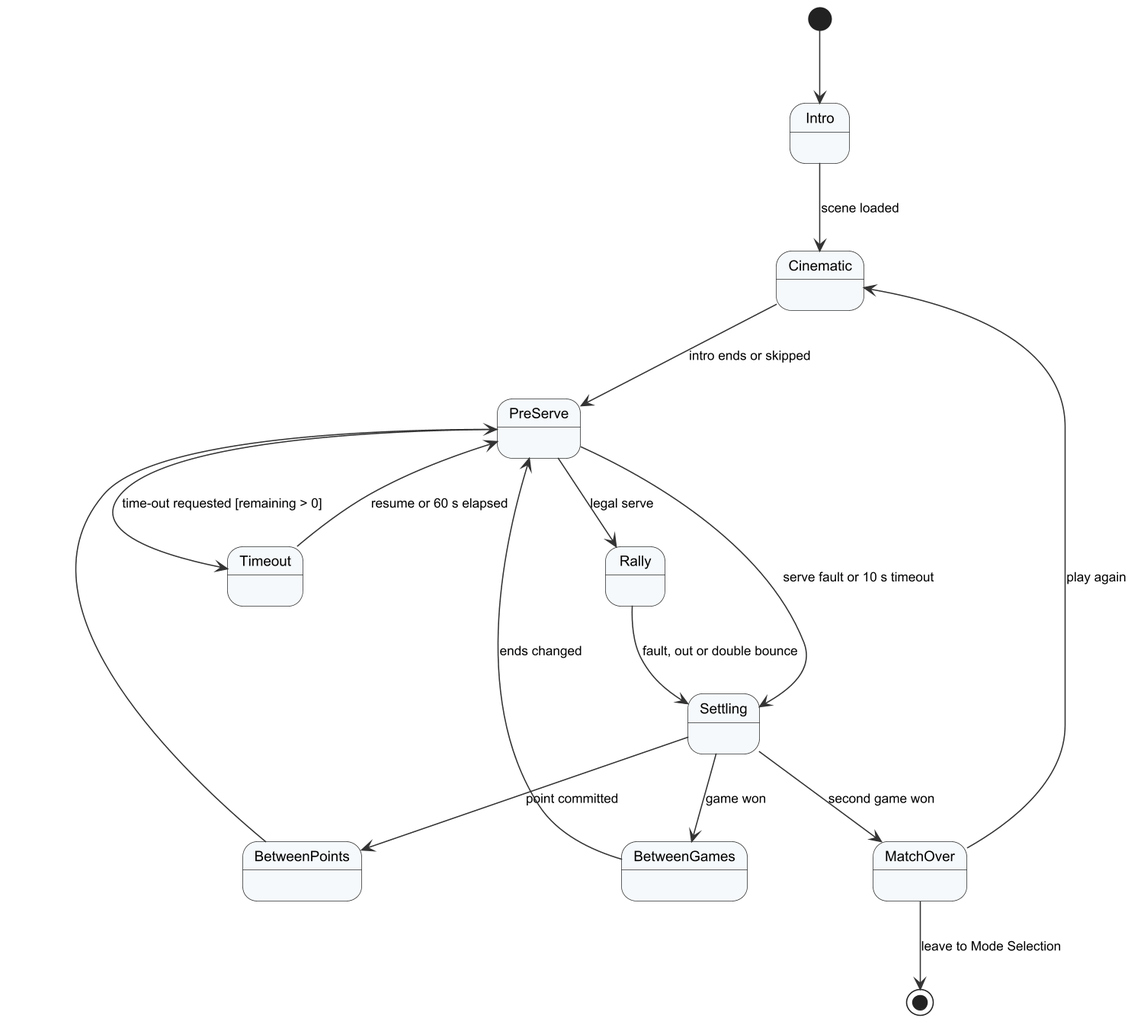
The PlantUML diagram Doc/Project_report/Report/diagrams/png/r4_sm_botmatch.png in Tad-Min/PickleVerse, before a commit. Source of this version:
```plantuml
@startuml r4_sm_botmatch
!include _style.iuml
[*] --> Intro
Intro --> Cinematic : scene loaded
Cinematic --> PreServe : intro ends or skipped
PreServe --> Rally : legal serve
PreServe --> Settling : serve fault or 10 s timeout
PreServe --> Timeout : time-out requested [remaining > 0]
Timeout --> PreServe : resume or 60 s elapsed
Rally --> Settling : fault, out or double bounce
Settling --> BetweenPoints : point committed
Settling --> BetweenGames : game won
Settling --> MatchOver : second game won
BetweenPoints --> PreServe
BetweenGames --> PreServe : ends changed
MatchOver --> Cinematic : play again
MatchOver --> [*] : leave to Mode Selection
@enduml
```
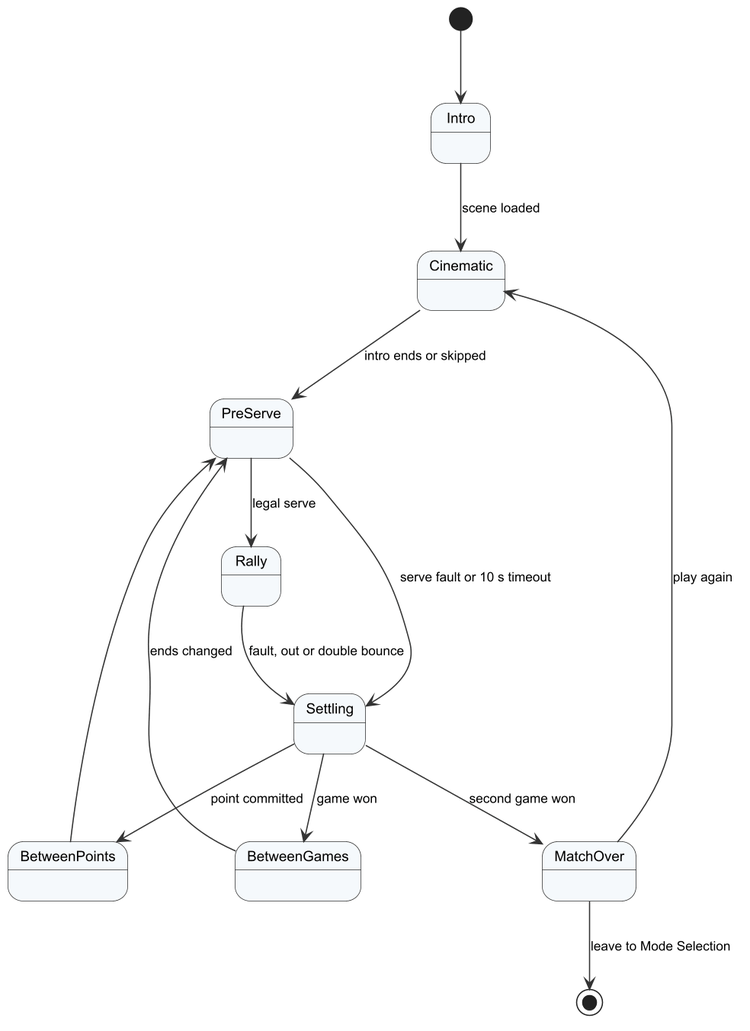
The same diagram one commit later.

What changed in the source:
```diff
@@ -5,8 +5,6 @@
 Cinematic --> PreServe : intro ends or skipped
 PreServe --> Rally : legal serve
 PreServe --> Settling : serve fault or 10 s timeout
-PreServe --> Timeout : time-out requested [remaining > 0]
-Timeout --> PreServe : resume or 60 s elapsed
 Rally --> Settling : fault, out or double bounce
 Settling --> BetweenPoints : point committed
 Settling --> BetweenGames : game won
```
